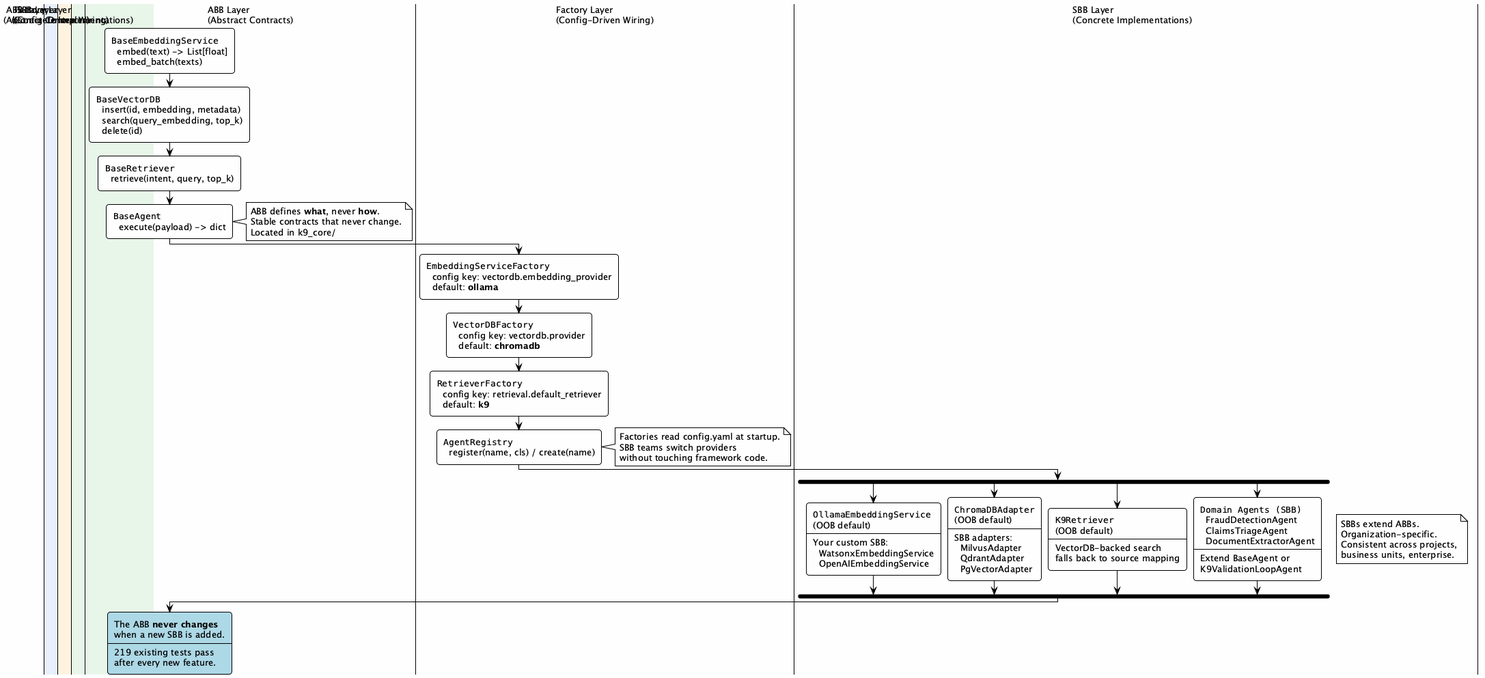
This is assets/images/blogs/k9-aif-abb-sbb-swimlane.png from k9aif/k9-aif-blogs, a PlantUML export, as it was before one commit.
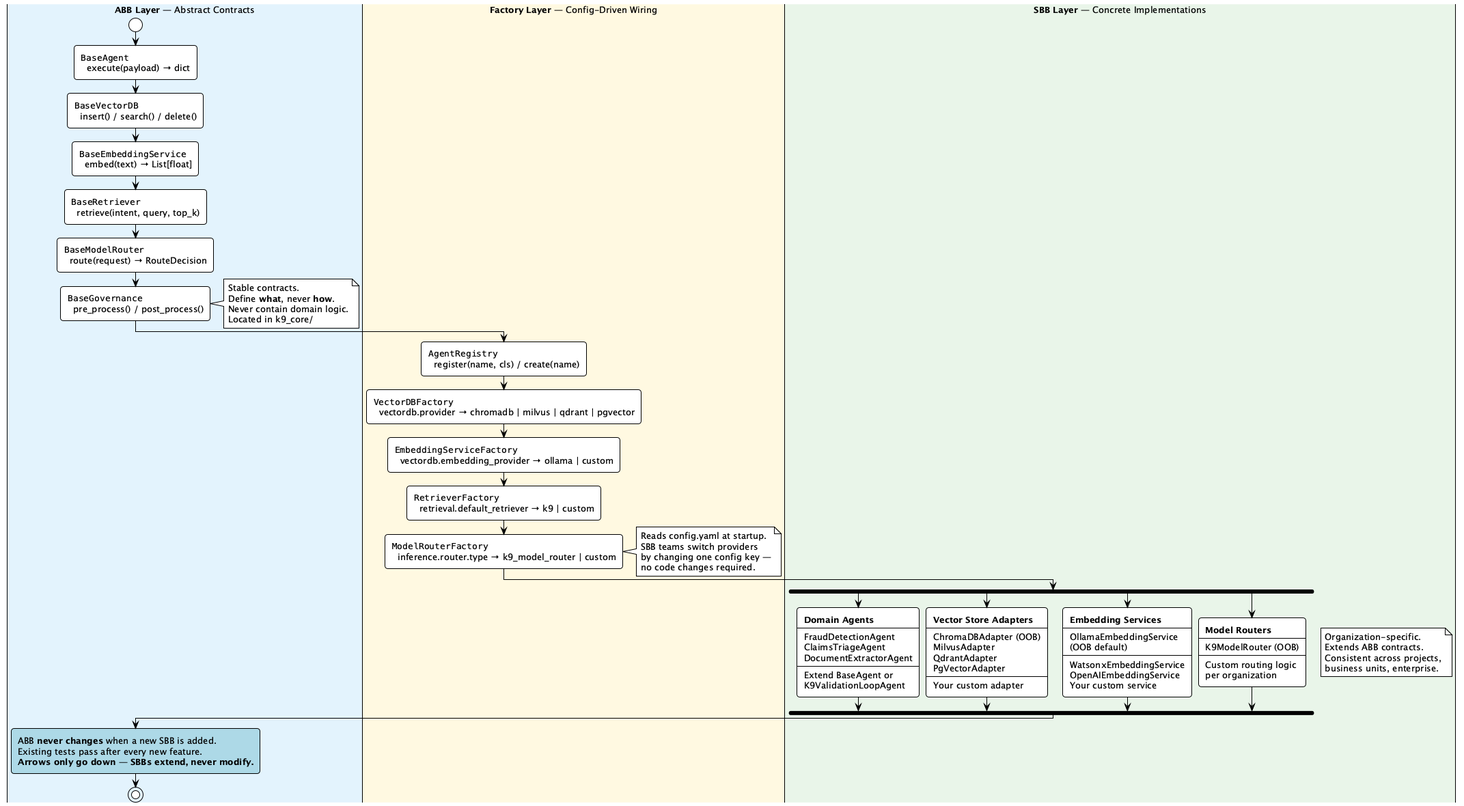
Later version of the same file.

Commit message:
update: proper swim lane with lane headings on the left

What changed in the source:
```diff
@@ -5,54 +5,94 @@
 skinparam defaultFontSize 13
 skinparam shadowing false
 skinparam roundcorner 8
-skinparam swimlaneWidth 200
 
-|#E8F0FE| ABB Layer\n(Abstract Contracts) |
-|#FFF3E0| Factory Layer\n(Config-Driven Wiring) |
-|#E8F5E9| SBB Layer\n(Concrete Implementations) |
-
-|ABB Layer\n(Abstract Contracts)|
-:""BaseEmbeddingService""\n  embed(text) -> List[float]\n  embed_batch(texts);
-:""BaseVectorDB""\n  insert(id, embedding, metadata)\n  search(query_embedding, top_k)\n  delete(id);
-:""BaseRetriever""\n  retrieve(intent, query, top_k);
-:""BaseAgent""\n  execute(payload) -> dict;
+|#E3F2FD| **ABB Layer** — Abstract Contracts |
+start
+:""BaseAgent""
+  execute(payload) → dict;
+:""BaseVectorDB""
+  insert() / search() / delete();
+:""BaseEmbeddingService""
+  embed(text) → List[float];
+:""BaseRetriever""
+  retrieve(intent, query, top_k);
+:""BaseModelRouter""
+  route(request) → RouteDecision;
+:""BaseGovernance""
+  pre_process() / post_process();
 note right
-  ABB defines **what**, never **how**.
-  Stable contracts that never change.
+  Stable contracts.
+  Define **what**, never **how**.
+  Never contain domain logic.
   Located in k9_core/
 end note
 
-|Factory Layer\n(Config-Driven Wiring)|
-:""EmbeddingServiceFactory""\n  config key: vectordb.embedding_provider\n  default: **ollama**;
-:""VectorDBFactory""\n  config key: vectordb.provider\n  default: **chromadb**;
-:""RetrieverFactory""\n  config key: retrieval.default_retriever\n  default: **k9**;
-:""AgentRegistry""\n  register(name, cls) / create(name);
+|#FFF8E1| **Factory Layer** — Config-Driven Wiring |
+:""AgentRegistry""
+  register(name, cls) / create(name);
+:""VectorDBFactory""
+  vectordb.provider → chromadb | milvus | qdrant | pgvector;
+:""EmbeddingServiceFactory""
+  vectordb.embedding_provider → ollama | custom;
+:""RetrieverFactory""
+  retrieval.default_retriever → k9 | custom;
+:""ModelRouterFactory""
+  inference.router.type → k9_model_router | custom;
 note right
-  Factories read config.yaml at startup.
+  Reads config.yaml at startup.
   SBB teams switch providers
-  without touching framework code.
+  by changing one config key —
+  no code changes required.
 end note
 
-|SBB Layer\n(Concrete Implementations)|
-
+|#E8F5E9| **SBB Layer** — Concrete Implementations |
 fork
-  :""OllamaEmbeddingService""\n(OOB default)\n----\nYour custom SBB:\n  WatsonxEmbeddingService\n  OpenAIEmbeddingService;
+  :**Domain Agents**
+  ----
+  FraudDetectionAgent
+  ClaimsTriageAgent
+  DocumentExtractorAgent
+  ----
+  Extend BaseAgent or
+  K9ValidationLoopAgent;
 fork again
-  :""ChromaDBAdapter""\n(OOB default)\n----\nSBB adapters:\n  MilvusAdapter\n  QdrantAdapter\n  PgVectorAdapter;
+  :**Vector Store Adapters**
+  ----
+  ChromaDBAdapter (OOB)
+  MilvusAdapter
+  QdrantAdapter
+  PgVectorAdapter
+  ----
+  Your custom adapter;
 fork again
-  :""K9Retriever""\n(OOB default)\n----\nVectorDB-backed search\nfalls back to source mapping;
+  :**Embedding Services**
+  ----
+  OllamaEmbeddingService
+  (OOB default)
+  ----
+  WatsonxEmbeddingService
+  OpenAIEmbeddingService
+  Your custom service;
 fork again
-  :""Domain Agents (SBB)""\n  FraudDetectionAgent\n  ClaimsTriageAgent\n  DocumentExtractorAgent\n----\nExtend BaseAgent or\nK9ValidationLoopAgent;
+  :**Model Routers**
+  ----
+  K9ModelRouter (OOB)
+  ----
+  Custom routing logic
+  per organization;
 end fork
 
 note right
-  SBBs extend ABBs.
   Organization-specific.
+  Extends ABB contracts.
   Consistent across projects,
   business units, enterprise.
 end note
 
-|ABB Layer\n(Abstract Contracts)|
-#LightBlue:The ABB **never changes**\nwhen a new SBB is added.\n----\n219 existing tests pass\nafter every new feature.;
+|#E3F2FD| **ABB Layer** — Abstract Contracts |
+#LightBlue:ABB **never changes** when a new SBB is added.
+Existing tests pass after every new feature.
+**Arrows only go down — SBBs extend, never modify.**;
+stop
 
 @enduml
```
